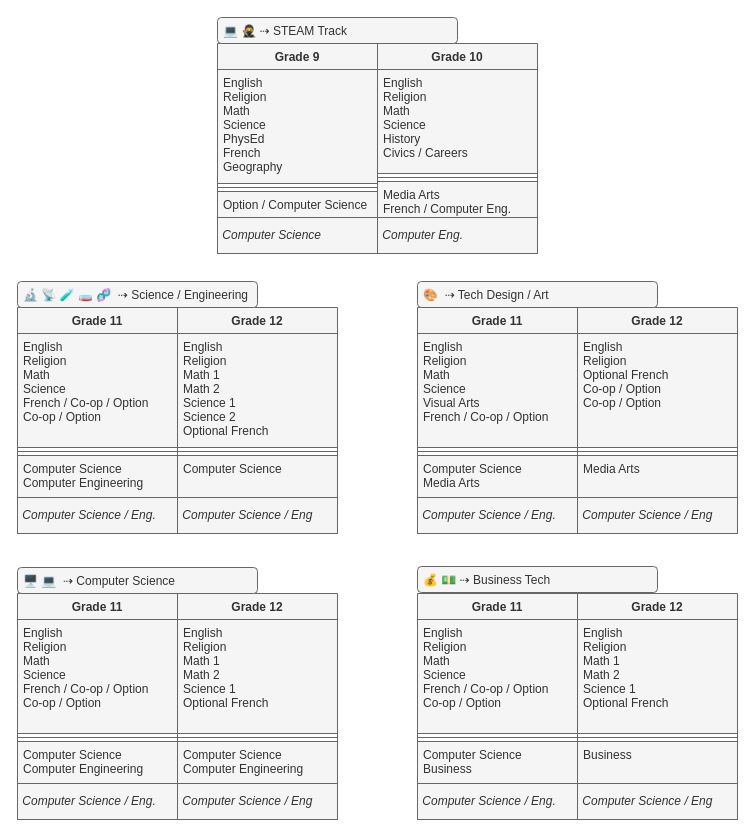
This is STEAM.drawio from Mr-Coxall/STEAM, a draw.io file, before an edit. Source tidied: cells renumbered, new cells numbered last; positions are measured from the earlier drawing's top-left corner, leaving out a move shared by most shapes. Both pictures are drawn from the tidied source at 100%, with x=0, y=0 at pixel (17, 17).
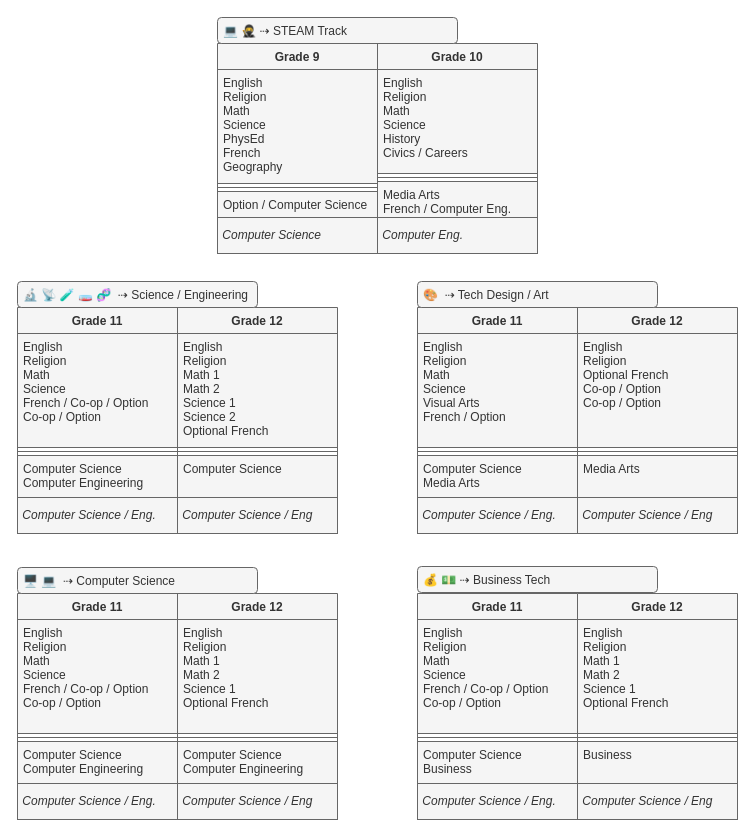
The same page after the edit.

Unchanged cells that the change refers to:
```xml
<mxCell id="17" value="Grade 11" style="swimlane;fontStyle=1;align=center;verticalAlign=top;horizontal=1;startSize=26;fillColor=#f5f5f5;fontColor=#333333;strokeColor=#666666;" parent="1" vertex="1">
  <mxGeometry x="400" y="290" width="160" height="190" as="geometry" />
</mxCell>
```

The edit, as a diff of the source:
```diff
@@
-    <mxCell id="18" value="English&#10;Religion&#10;Math&#10;Science&#10;Visual Arts&#10;French / Co-op / Option" style="text;fillColor=#f5f5f5;align=left;verticalAlign=top;spacingLeft=4;spacingRight=4;overflow=hidden;fontColor=#333333;strokeColor=#666666;" parent="17" vertex="1">
+    <mxCell id="18" value="English&#10;Religion&#10;Math&#10;Science&#10;Visual Arts&#10;French / Option" style="text;fillColor=#f5f5f5;align=left;verticalAlign=top;spacingLeft=4;spacingRight=4;overflow=hidden;fontColor=#333333;strokeColor=#666666;" parent="17" vertex="1">
       <mxGeometry y="26" width="160" height="114" as="geometry" />
     </mxCell>
```
